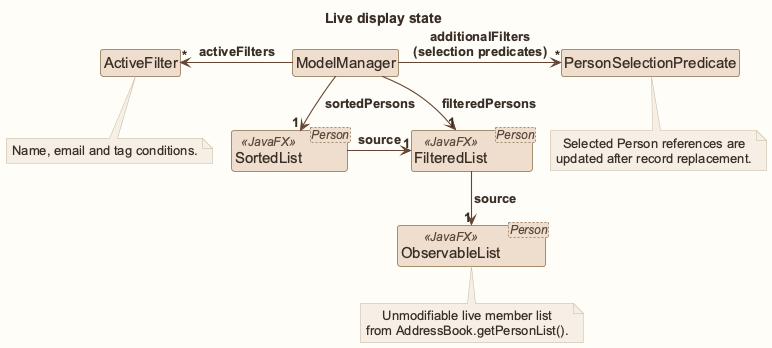
Above: docs/images/ModelViewDiagram.png in AY2627S1-CS2103T-W12-1/tp (PlantUML), before the change.
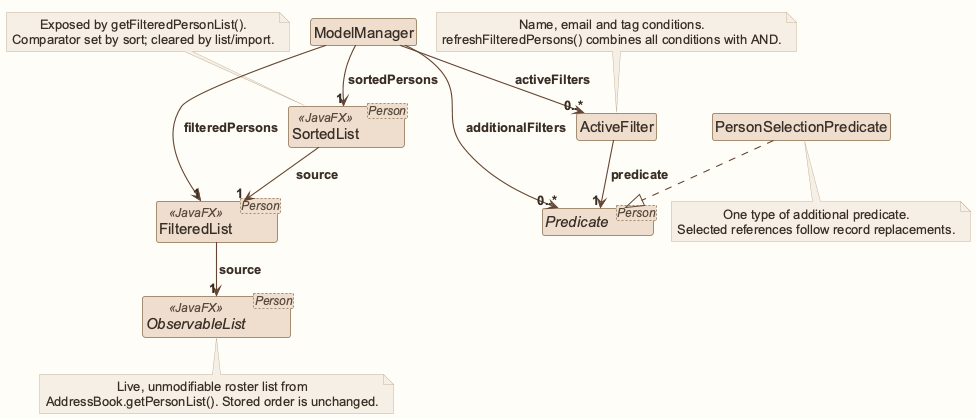
The same file after the commit.

What changed in the source:
```diff
@@ -4,24 +4,27 @@
 skinparam arrowThickness 1.1
 skinparam arrowColor MODEL_COLOR_T4
 skinparam classBackgroundColor MODEL_COLOR
-skinparam nodesep 45
-skinparam ranksep 45
-title Live display state
+skinparam nodesep 35
+skinparam ranksep 35
 
 class ModelManager
 class ActiveFilter
+interface "Predicate<Person>" as Predicate
 class PersonSelectionPredicate
 class "SortedList<Person>" as Sorted <<JavaFX>>
 class "FilteredList<Person>" as Filtered <<JavaFX>>
-class "ObservableList<Person>" as Records <<JavaFX>>
+interface "ObservableList<Person>" as Records <<JavaFX>>
 
-ModelManager -left-> "*" ActiveFilter : activeFilters
-ModelManager -right-> "*" PersonSelectionPredicate : additionalFilters\n(selection predicates)
-ModelManager -down-> "1" Sorted : sortedPersons
-ModelManager -down-> "1" Filtered : filteredPersons
-Sorted -right-> "1" Filtered : source
-Filtered -down-> "1" Records : source
-note bottom of Records: Unmodifiable live member list\nfrom AddressBook.getPersonList().
-note bottom of ActiveFilter: Name, email and tag conditions.
-note bottom of PersonSelectionPredicate: Selected Person references are\nupdated after record replacement.
+ModelManager --> "0..*" ActiveFilter : activeFilters
+ModelManager --> "0..*" Predicate : additionalFilters
+PersonSelectionPredicate ..|> Predicate
+ActiveFilter --> "1" Predicate : predicate
+ModelManager --> "1" Sorted : sortedPersons
+ModelManager --> "1" Filtered : filteredPersons
+Sorted --> "1" Filtered : source
+Filtered --> "1" Records : source
+note bottom of Records: Live, unmodifiable roster list from\nAddressBook.getPersonList(). Stored order is unchanged.
+note top of Sorted: Exposed by getFilteredPersonList().\nComparator set by sort; cleared by list/import.
+note top of ActiveFilter: Name, email and tag conditions.\nrefreshFilteredPersons() combines all conditions with AND.
+note bottom of PersonSelectionPredicate: One type of additional predicate.\nSelected references follow record replacements.
 @enduml
```
